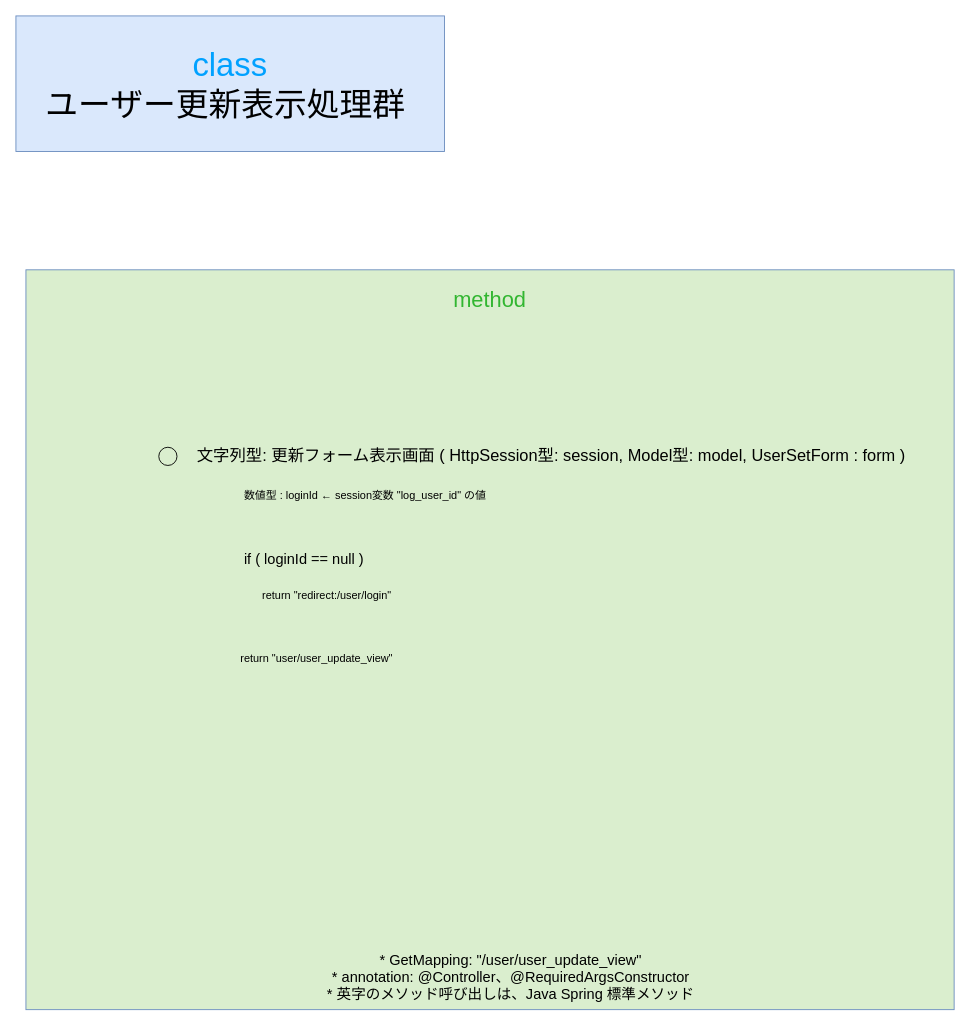
The draw.io diagram gijigengo/controller/view/user/meeting_reservation_sys controller_view_user UserSetViewControllerクラス 疑似言語.drawio in tro319/meeting_reservation_system, before the edit. Source tidied: cells renumbered, new cells numbered last; positions are measured from the earlier drawing's top-left corner, leaving out a move shared by most shapes. Both pictures are drawn from the tidied source at 91%, with x=0, y=0 at pixel (15, 15).
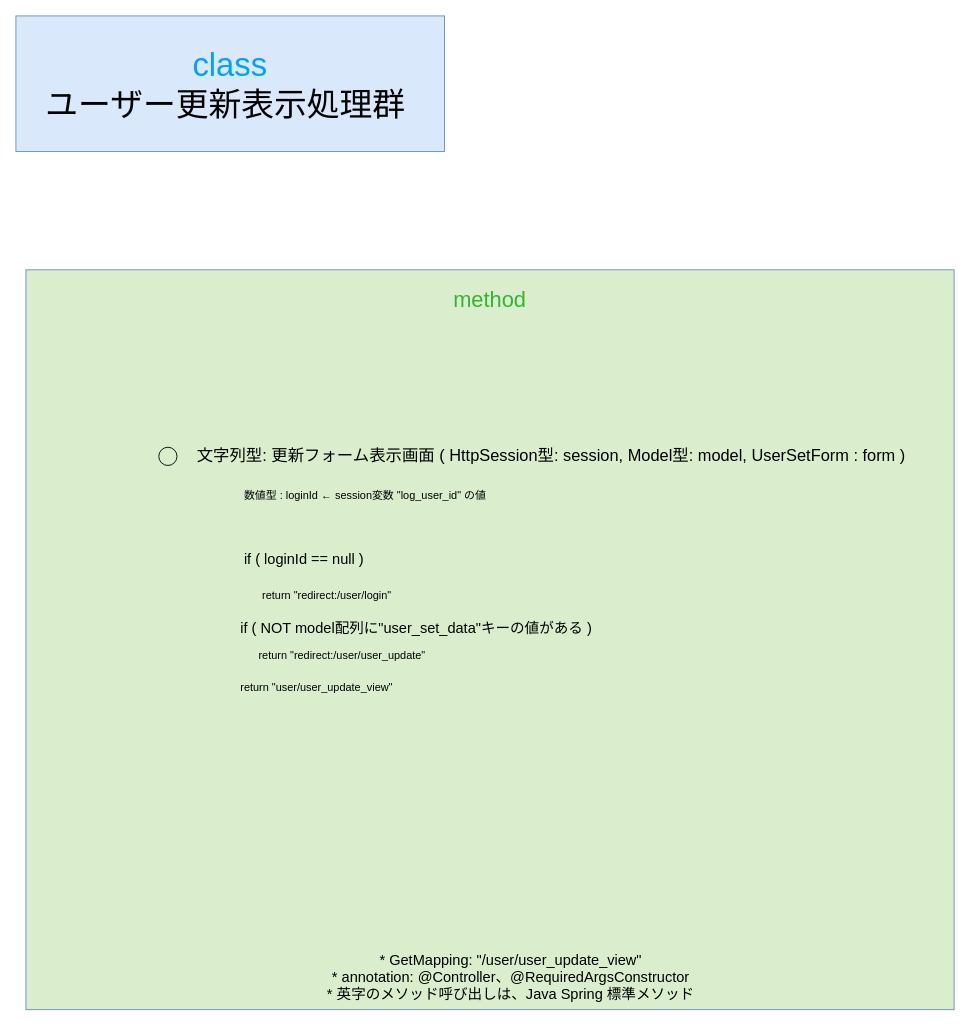
After the change.

Diff of the diagram source:
```diff
@@
 <mxGraphModel>
   <root>
     <mxCell id="0" />
     <mxCell id="1" parent="0" />
     <mxCell id="2" value="&lt;div&gt;&lt;span style=&quot;color: rgb(0, 161, 255);&quot;&gt;class&lt;/span&gt;&lt;/div&gt;&lt;div&gt;ユーザー更新表示処理群&amp;nbsp;&lt;/div&gt;" style="text;html=1;whiteSpace=wrap;strokeColor=#6c8ebf;fillColor=#dae8fc;align=center;verticalAlign=middle;rounded=0;fontSize=36;" parent="1" vertex="1">
       <mxGeometry width="471" height="149" as="geometry" />
     </mxCell>
     <mxCell id="3" value="&lt;div&gt;&lt;font style=&quot;font-size: 24px;&quot;&gt;&lt;span style=&quot;color: rgb(50, 182, 49);&quot;&gt;&lt;span style=&quot;&quot;&gt;&lt;span style=&quot;&quot;&gt;&lt;span&gt;method&lt;/span&gt;&lt;/span&gt;&lt;/span&gt;&lt;/span&gt;&lt;/font&gt;&lt;/div&gt;&lt;div&gt;&lt;font style=&quot;font-size: 24px;&quot;&gt;&lt;span style=&quot;color: rgba(0, 0, 0, 0);&quot;&gt;&lt;span style=&quot;color: rgba(0, 0, 0, 0);&quot;&gt;&lt;span style=&quot;&quot;&gt;&lt;span style=&quot;&quot;&gt;&lt;br&gt;&lt;/span&gt;&lt;/span&gt;&lt;/span&gt;&lt;/span&gt;&lt;/font&gt;&lt;/div&gt;" style="text;html=1;whiteSpace=wrap;strokeColor=#6c8ebf;fillColor=light-dark(#daeece, #214210);align=center;verticalAlign=top;rounded=0;fontSize=36;fontColor=#00A1FF;" parent="1" vertex="1">
       <mxGeometry x="11" y="279" width="1020" height="813" as="geometry" />
     </mxCell>
     <mxCell id="4" value="&lt;div&gt;&lt;span style=&quot;color: rgb(0, 0, 0);&quot;&gt;&lt;font&gt;数値型 : loginId ←&amp;nbsp;&lt;/font&gt;&lt;/span&gt;&lt;span style=&quot;color: rgb(0, 0, 0);&quot;&gt;&lt;font&gt;session変数 &quot;log_user_id&quot; の値&lt;/font&gt;&lt;/span&gt;&lt;/div&gt;" style="text;html=1;whiteSpace=wrap;strokeColor=none;fillColor=none;align=left;verticalAlign=middle;rounded=0;fontSize=12;" parent="1" vertex="1">
       <mxGeometry x="249" y="512" width="590" height="30" as="geometry" />
     </mxCell>
     <mxCell id="5" value="&lt;div&gt;&lt;span&gt;&lt;span&gt;&lt;span style=&quot;color: rgb(0, 0, 0);&quot;&gt;&lt;font style=&quot;font-size: 16px;&quot;&gt;* GetMapping: &quot;/user/user_update_view&quot;&lt;/font&gt;&lt;/span&gt;&lt;/span&gt;&lt;/span&gt;&lt;/div&gt;&lt;div&gt;&lt;span&gt;&lt;span&gt;&lt;span style=&quot;color: rgb(0, 0, 0);&quot;&gt;&lt;font style=&quot;font-size: 16px;&quot;&gt;* annotation: @Controller、@RequiredArgsConstructor&lt;/font&gt;&lt;/span&gt;&lt;/span&gt;&lt;/span&gt;&lt;/div&gt;&lt;div&gt;&lt;span&gt;&lt;span&gt;&lt;span style=&quot;color: rgb(0, 0, 0);&quot;&gt;&lt;font style=&quot;font-size: 16px;&quot;&gt;* 英字のメソッド呼び出しは、Java Spring 標準メソッド&lt;/font&gt;&lt;/span&gt;&lt;/span&gt;&lt;/span&gt;&lt;/div&gt;" style="text;html=1;whiteSpace=wrap;strokeColor=none;fillColor=none;align=center;verticalAlign=middle;rounded=0;" parent="1" vertex="1">
       <mxGeometry x="249" y="1041" width="590" height="30" as="geometry" />
     </mxCell>
     <mxCell id="6" value="&lt;div align=&quot;left&quot;&gt;&lt;span style=&quot;color: rgb(0, 0, 0);&quot;&gt;&lt;font style=&quot;font-size: 16px;&quot;&gt;if ( loginId == null )&amp;nbsp;&lt;/font&gt;&lt;/span&gt;&lt;/div&gt;" style="text;html=1;whiteSpace=wrap;strokeColor=none;fillColor=none;align=left;verticalAlign=middle;rounded=0;" parent="1" vertex="1">
       <mxGeometry x="249" y="582" width="590" height="30" as="geometry" />
     </mxCell>
     <mxCell id="7" value="return &quot;redirect:/user/login&quot;" style="text;html=1;whiteSpace=wrap;strokeColor=none;fillColor=none;align=left;verticalAlign=middle;rounded=0;" parent="1" vertex="1">
       <mxGeometry x="269" y="622" width="590" height="30" as="geometry" />
     </mxCell>
     <mxCell id="8" value="return &quot;user/user_update_view&quot;" style="text;html=1;whiteSpace=wrap;strokeColor=none;fillColor=none;align=left;verticalAlign=middle;rounded=0;" parent="1" vertex="1">
-      <mxGeometry x="245" y="692" width="590" height="30" as="geometry" />
+      <mxGeometry x="245" y="723" width="590" height="30" as="geometry" />
     </mxCell>
     <mxCell id="9" value="&amp;nbsp; &amp;nbsp; &amp;nbsp; &amp;nbsp; &amp;nbsp; &amp;nbsp; &amp;nbsp;" style="ellipse;whiteSpace=wrap;html=1;fillColor=none;" parent="1" vertex="1">
       <mxGeometry x="157" y="474" width="20" height="20" as="geometry" />
     </mxCell>
     <mxCell id="10" value="&lt;font style=&quot;font-size: 18px;&quot;&gt;&lt;span&gt;&lt;span&gt;&lt;span style=&quot;color: rgb(0, 0, 0);&quot;&gt;&lt;font&gt;文字列型: 更新フォーム表示画面 ( HttpSession型: session, Model型: model, UserSetForm : form )&lt;/font&gt;&lt;/span&gt;&lt;/span&gt;&lt;/span&gt;&lt;/font&gt;" style="whiteSpace=wrap;html=1;fillColor=none;labelBorderColor=none;strokeColor=none;" parent="1" vertex="1">
       <mxGeometry x="188" y="469" width="801" height="30" as="geometry" />
     </mxCell>
+    <mxCell id="11" value="&lt;div align=&quot;left&quot;&gt;&lt;span style=&quot;color: rgb(0, 0, 0);&quot;&gt;&lt;font style=&quot;font-size: 16px;&quot;&gt;if ( NOT model配列に&quot;user_set_data&quot;キーの値がある )&amp;nbsp;&lt;/font&gt;&lt;/span&gt;&lt;/div&gt;" style="text;html=1;whiteSpace=wrap;strokeColor=none;fillColor=none;align=left;verticalAlign=middle;rounded=0;" parent="1" vertex="1">
+      <mxGeometry x="245" y="658" width="590" height="30" as="geometry" />
+    </mxCell>
+    <mxCell id="12" value="return &quot;redirect:/user/user_update&quot;" style="text;html=1;whiteSpace=wrap;strokeColor=none;fillColor=none;align=left;verticalAlign=middle;rounded=0;" parent="1" vertex="1">
+      <mxGeometry x="265" y="688" width="590" height="30" as="geometry" />
+    </mxCell>
   </root>
 </mxGraphModel>
```
